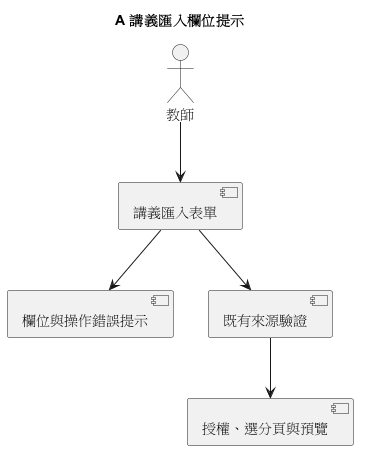
This is diagrams/010-import-component.png from Afra0704/se2026-group20-speckit, a PlantUML export, as it was before one commit.
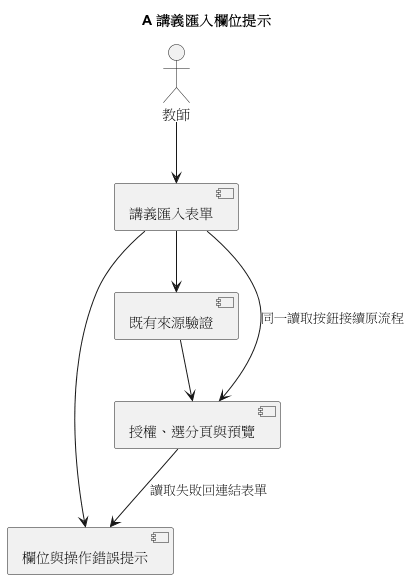
Later version of the same file.

Change to the diagram source:
```diff
@@ -9,4 +9,6 @@
 Form --> Feedback
 Form --> Validate
 Validate --> Flow
+Flow --> Feedback : 讀取失敗回連結表單
+Form --> Flow : 同一讀取按鈕接續原流程
 @enduml
```
